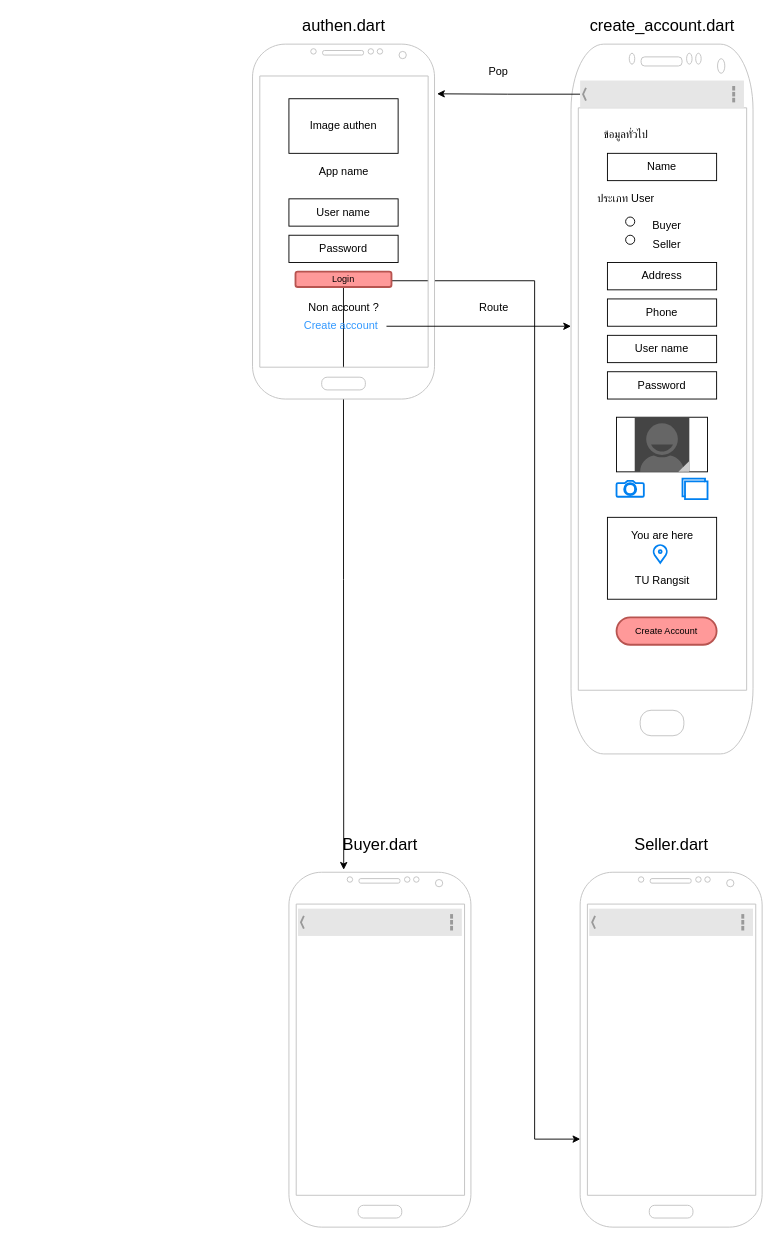
Earlier version of the draw.io diagram myfirstpro.drawio (648253/tu2hand). Source tidied: cells renumbered, new cells numbered last; positions are measured from the earlier drawing's top-left corner, leaving out a move shared by most shapes. Both pictures are drawn from the tidied source at 91%, with x=0, y=0 at pixel (252, 16).
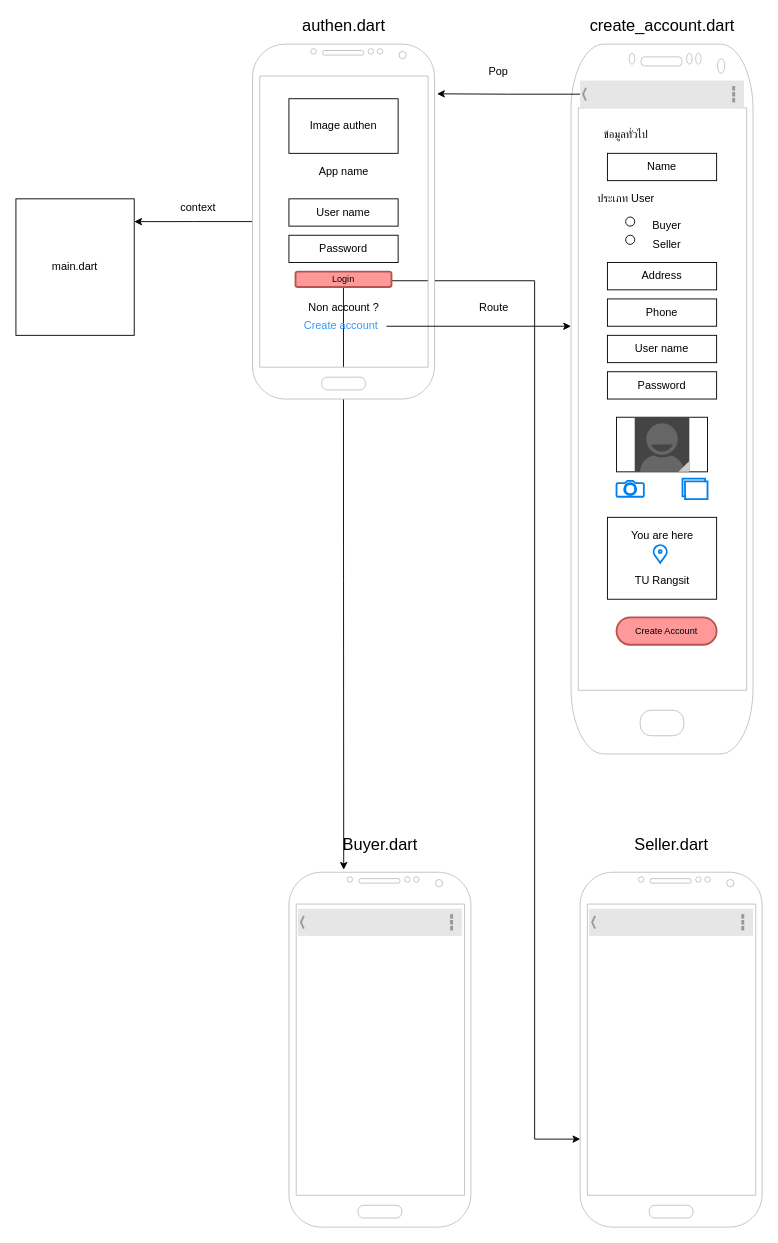
Above is the later version.

Unchanged cells that the change refers to:
```xml
<mxCell id="4" style="verticalLabelPosition=bottom;verticalAlign=top;html=1;shadow=0;dashed=0;strokeWidth=1;shape=mxgraph.android.phone2;strokeColor=#c0c0c0;" parent="1" vertex="1">
  <mxGeometry y="30" width="200" height="390" as="geometry" />
</mxCell>
```

The edit, as a diff of the source:
```diff
@@
+    <mxCell id="47" style="edgeStyle=orthogonalEdgeStyle;rounded=0;jettySize=auto;html=1;entryX=1;entryY=0.167;entryDx=0;entryDy=0;entryPerimeter=0;" parent="1" edge="1" source="4" target="48">
+      <mxGeometry relative="1" as="geometry" />
+    </mxCell>
@@
+    <mxCell id="48" value="main.dart" style="whiteSpace=wrap;html=1;" parent="1" vertex="1">
+      <mxGeometry x="-260" y="200" width="130" height="150" as="geometry" />
+    </mxCell>
+    <mxCell id="49" value="context" style="text;html=1;align=center;verticalAlign=middle;strokeColor=none;" parent="1" vertex="1">
+      <mxGeometry x="-85" y="200" width="50" height="20" as="geometry" />
+    </mxCell>
```
